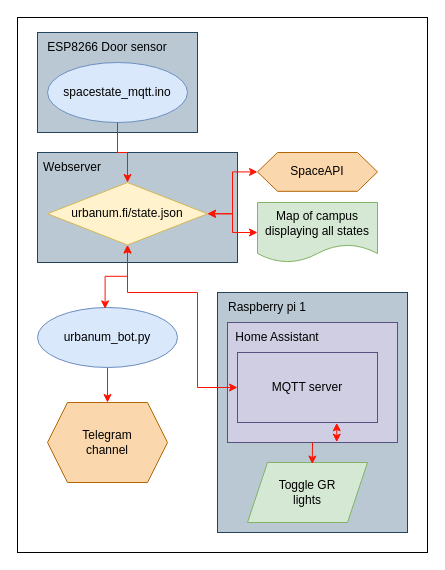
This is 2023-10-13_Urbanum_Space-state_planned_desired.drawio from Urbanum-ry/space-state, a draw.io file, before an edit. Source tidied: cells renumbered, new cells numbered last; positions are measured from the earlier drawing's top-left corner, leaving out a move shared by most shapes. Both pictures are drawn from the tidied source at 100%, with x=0, y=0 at pixel (17, 17).
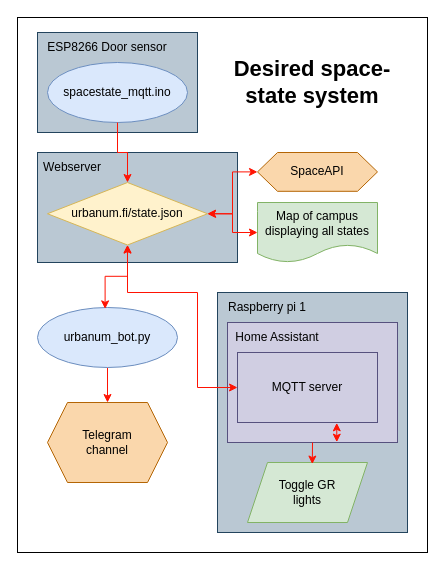
After the change.

What changed in the source:
```diff
@@
+    <mxCell id="27" value="&lt;font style=&quot;font-size: 13px;&quot;&gt;&lt;font style=&quot;font-size: 14px;&quot;&gt;&lt;font style=&quot;font-size: 15px;&quot;&gt;&lt;font style=&quot;font-size: 16px;&quot;&gt;&lt;font style=&quot;font-size: 17px;&quot;&gt;&lt;font style=&quot;font-size: 18px;&quot;&gt;&lt;font style=&quot;font-size: 19px;&quot;&gt;&lt;font style=&quot;font-size: 20px;&quot;&gt;&lt;font style=&quot;font-size: 21px;&quot;&gt;&lt;font style=&quot;font-size: 22px;&quot;&gt;&lt;b&gt;Desired space-state system&lt;/b&gt;&lt;/font&gt;&lt;/font&gt;&lt;/font&gt;&lt;/font&gt;&lt;/font&gt;&lt;/font&gt;&lt;/font&gt;&lt;/font&gt;&lt;/font&gt;&lt;/font&gt;" style="text;html=1;strokeColor=none;fillColor=none;align=center;verticalAlign=middle;whiteSpace=wrap;rounded=0;" parent="1" vertex="1">
+      <mxGeometry x="210" y="30" width="170" height="70" as="geometry" />
+    </mxCell>
```
